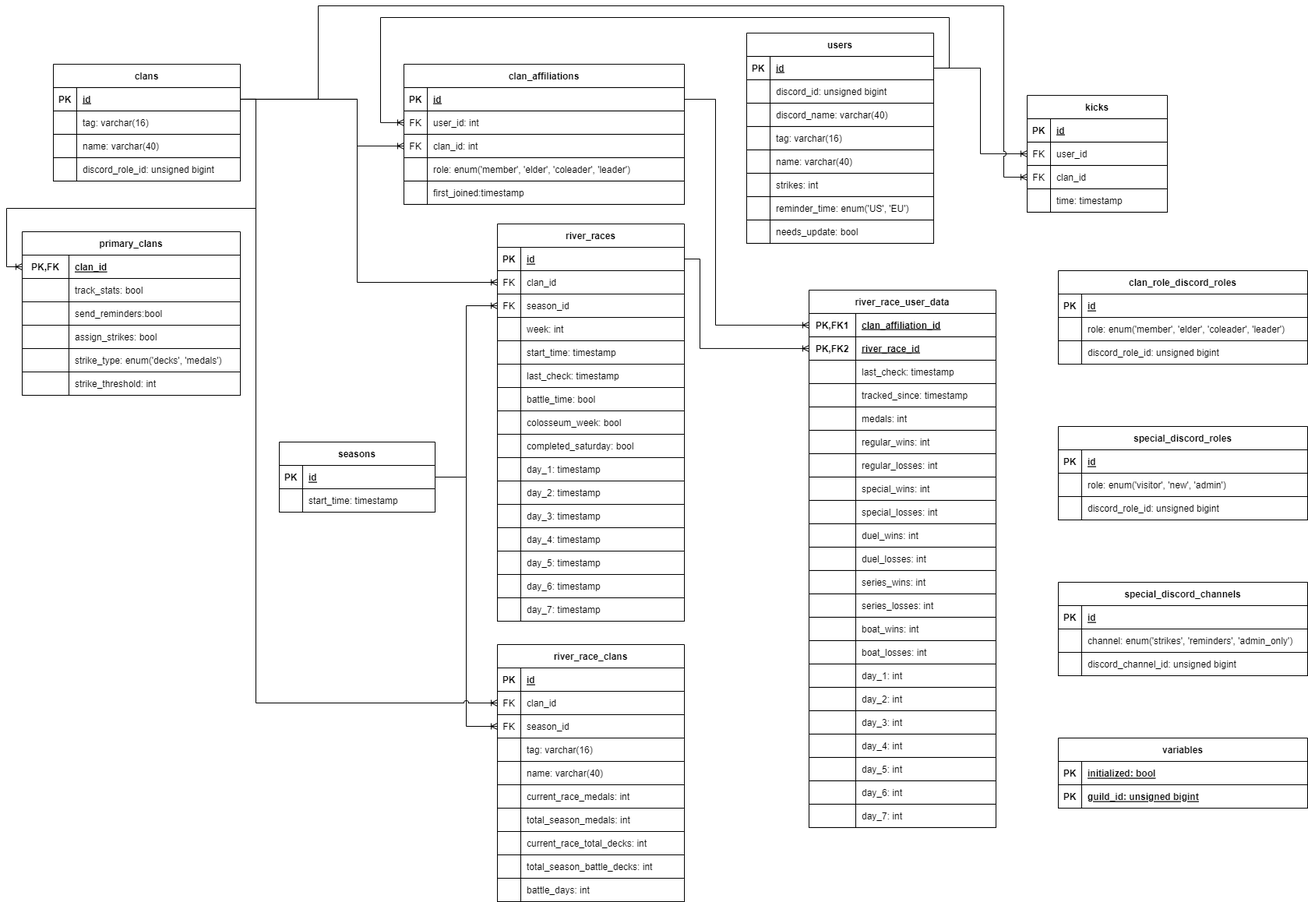
Before: docs/DatabaseSchema.png, a diagram exported from draw.io (chradajan/ClashRoyaleManager). Source tidied: cells renumbered, new cells last; positions are measured from the earlier drawing's top-left corner, leaving out a move shared by most shapes.
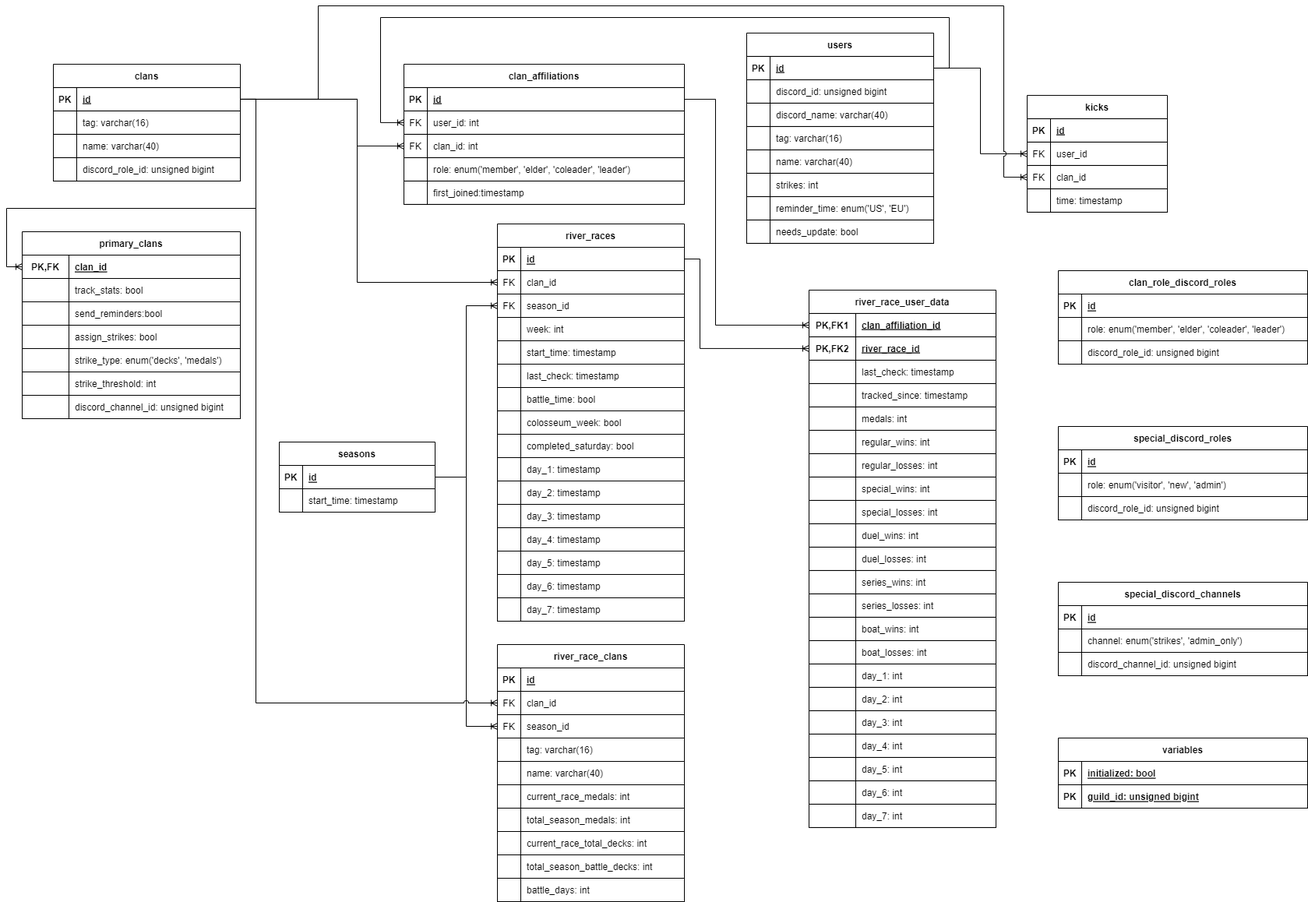
After the change.

Commit message:
Send reminders to channel associated with each clan

What changed in the source:
```diff
@@ -747,7 +747,7 @@
       </mxGeometry>
     </mxCell>
     <mxCell id="241" value="primary_clans" style="shape=table;startSize=30;rowLines=0;fontStyle=1;align=center;" parent="1" vertex="1">
-      <mxGeometry x="20" y="290" width="280" height="210" as="geometry" />
+      <mxGeometry x="20" y="290" width="280" height="240" as="geometry" />
     </mxCell>
     <mxCell id="242" style="shape=tableRow;horizontal=0;startSize=0;swimlaneHead=0;swimlaneBody=0;fillColor=none;points=[[0,0.5],[1,0.5]];portConstraint=eastwest;top=0;left=0;right=0;bottom=1;" parent="241" vertex="1">
       <mxGeometry y="30" width="280" height="30" as="geometry" />
@@ -803,6 +803,15 @@
     <mxCell id="259" value="strike_threshold: int" style="shape=partialRectangle;fillColor=none;top=0;left=0;bottom=0;right=0;align=left;spacingLeft=6;overflow=hidden;" parent="257" vertex="1">
       <mxGeometry x="60" width="220" height="30" as="geometry" />
     </mxCell>
+    <mxCell id="290" style="shape=tableRow;horizontal=0;startSize=0;swimlaneHead=0;swimlaneBody=0;fillColor=none;top=0;left=0;right=0;bottom=0;" parent="241" vertex="1">
+      <mxGeometry y="210" width="280" height="30" as="geometry" />
+    </mxCell>
+    <mxCell id="291" style="shape=partialRectangle;fillColor=none;top=0;left=0;bottom=0;right=0;overflow=hidden;" parent="290" vertex="1">
+      <mxGeometry width="60" height="30" as="geometry" />
+    </mxCell>
+    <mxCell id="292" value="discord_channel_id: unsigned bigint" style="shape=partialRectangle;fillColor=none;top=0;left=0;bottom=0;right=0;align=left;spacingLeft=6;overflow=hidden;" parent="290" vertex="1">
+      <mxGeometry x="60" width="220" height="30" as="geometry" />
+    </mxCell>
     <mxCell id="260" style="edgeStyle=orthogonalEdgeStyle;rounded=0;jumpStyle=arc;jettySize=auto;html=1;exitX=1;exitY=0.5;exitDx=0;exitDy=0;entryX=0;entryY=0.5;entryDx=0;entryDy=0;startArrow=baseDash;startFill=0;endArrow=ERoneToMany;endFill=0;strokeColor=default;" parent="1" edge="1" source="28" target="242">
       <mxGeometry relative="1" as="geometry">
         <Array as="points">
@@ -882,7 +891,7 @@
     <mxCell id="283" style="shape=partialRectangle;fillColor=none;top=0;left=0;bottom=0;right=0;overflow=hidden;" parent="282" vertex="1">
       <mxGeometry width="30" height="30" as="geometry" />
     </mxCell>
-    <mxCell id="284" value="channel: enum('strikes', 'reminders', 'admin_only') " style="shape=partialRectangle;fillColor=none;top=0;left=0;bottom=0;right=0;align=left;spacingLeft=6;overflow=hidden;" parent="282" vertex="1">
+    <mxCell id="284" value="channel: enum('strikes', 'admin_only') " style="shape=partialRectangle;fillColor=none;top=0;left=0;bottom=0;right=0;align=left;spacingLeft=6;overflow=hidden;" parent="282" vertex="1">
       <mxGeometry x="30" width="290" height="30" as="geometry" />
     </mxCell>
     <mxCell id="285" style="shape=tableRow;horizontal=0;startSize=0;swimlaneHead=0;swimlaneBody=0;fillColor=none;top=0;left=0;right=0;bottom=0;" parent="278" vertex="1">
```
